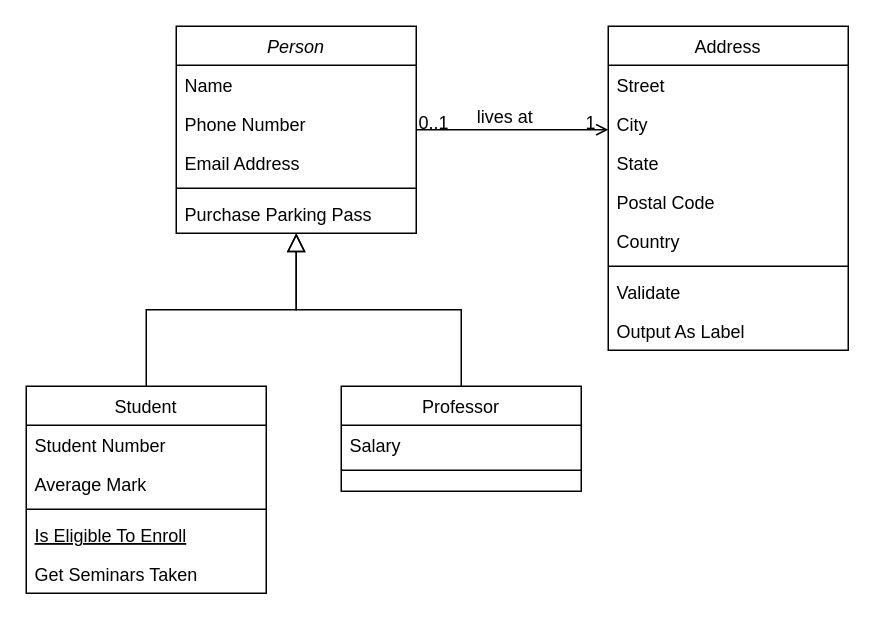
Earlier version of the draw.io diagram Diagramme sans nom.drawio (daryloffik/Diagrams). Source tidied: cells renumbered, new cells numbered last; positions are measured from the earlier drawing's top-left corner, leaving out a move shared by most shapes. Both pictures are drawn from the tidied source at 150%, with x=0, y=0 at pixel (26, 26).
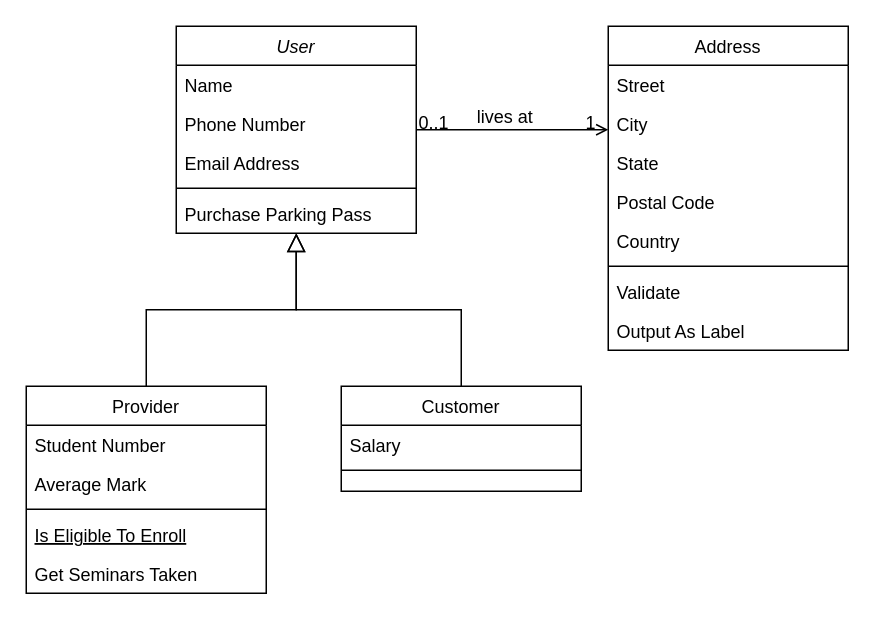
After the change.

Commit message:
Mettre à jour Diagramme sans nom.drawio

Change to the diagram source:
```diff
@@
-    <mxCell id="2" value="Person" style="swimlane;fontStyle=2;align=center;verticalAlign=top;horizontal=1;startSize=26;rounded=0;shadow=0;strokeWidth=1;" parent="1" vertex="1">
+    <mxCell id="2" value="User" style="swimlane;fontStyle=2;align=center;verticalAlign=top;horizontal=1;startSize=26;rounded=0;shadow=0;strokeWidth=1;" parent="1" vertex="1">
       <mxGeometry x="100" width="160" height="138" as="geometry" />
     </mxCell>
@@
-    <mxCell id="8" value="Student" style="swimlane;fontStyle=0;align=center;verticalAlign=top;horizontal=1;startSize=26;rounded=0;shadow=0;strokeWidth=1;" parent="1" vertex="1">
+    <mxCell id="8" value="Provider" style="swimlane;fontStyle=0;align=center;verticalAlign=top;horizontal=1;startSize=26;rounded=0;shadow=0;strokeWidth=1;" parent="1" vertex="1">
       <mxGeometry y="240" width="160" height="138" as="geometry" />
     </mxCell>
@@
-    <mxCell id="15" value="Professor" style="swimlane;fontStyle=0;align=center;verticalAlign=top;horizontal=1;startSize=26;rounded=0;shadow=0;strokeWidth=1;" parent="1" vertex="1">
+    <mxCell id="15" value="Customer" style="swimlane;fontStyle=0;align=center;verticalAlign=top;horizontal=1;startSize=26;rounded=0;shadow=0;strokeWidth=1;" parent="1" vertex="1">
       <mxGeometry x="210" y="240" width="160" height="70" as="geometry" />
     </mxCell>
```
